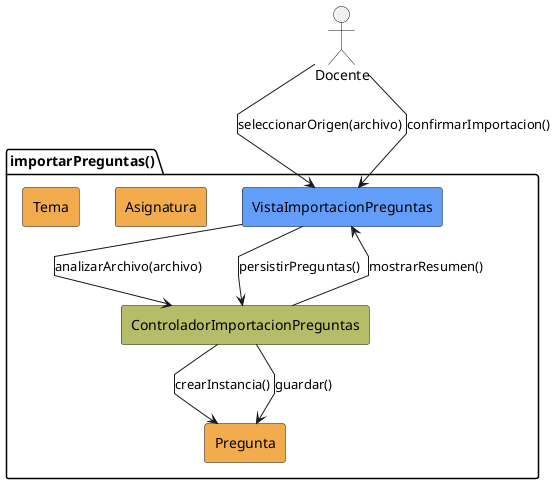
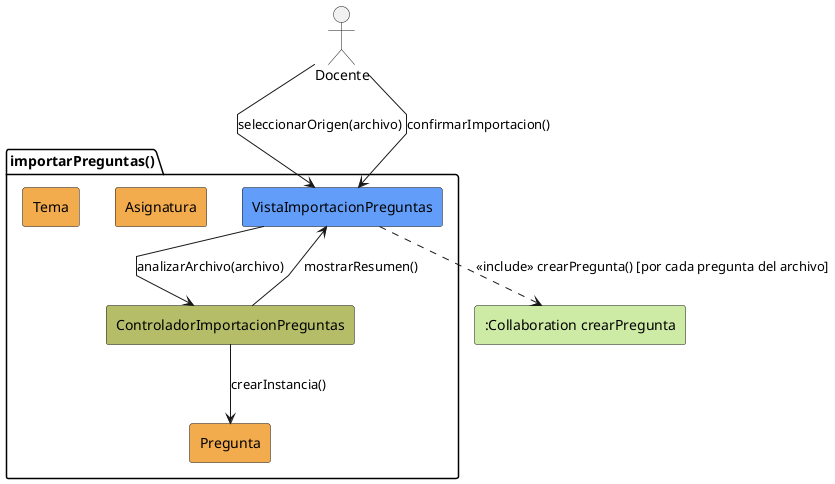
- ﻿@startuml importarPreguntas-analisis
+ @startuml importarPreguntas-analisis
skinparam linetype polyline

actor Docente
+ 
+ rectangle #CDEBA5 ":Collaboration crearPregunta" as ColCrearPreg
+ 
package importarPreguntas as "importarPreguntas()" {
    rectangle #629EF9 VistaImportacionPreguntas
    rectangle #b5bd68 ControladorImportacionPreguntas
    rectangle #F2AC4E Pregunta
    rectangle #F2AC4E Asignatura
    rectangle #F2AC4E Tema
}

Docente -r-> VistaImportacionPreguntas: seleccionarOrigen(archivo)
VistaImportacionPreguntas -d-> ControladorImportacionPreguntas: analizarArchivo(archivo)
ControladorImportacionPreguntas --> Pregunta: crearInstancia()
ControladorImportacionPreguntas --> VistaImportacionPreguntas: mostrarResumen()

Docente --> VistaImportacionPreguntas: confirmarImportacion()
- VistaImportacionPreguntas --> ControladorImportacionPreguntas: persistirPreguntas()
- ControladorImportacionPreguntas --> Pregunta: guardar()
+ VistaImportacionPreguntas ..> ColCrearPreg: <<include>> crearPregunta() [por cada pregunta del archivo]

- @enduml+ @enduml
